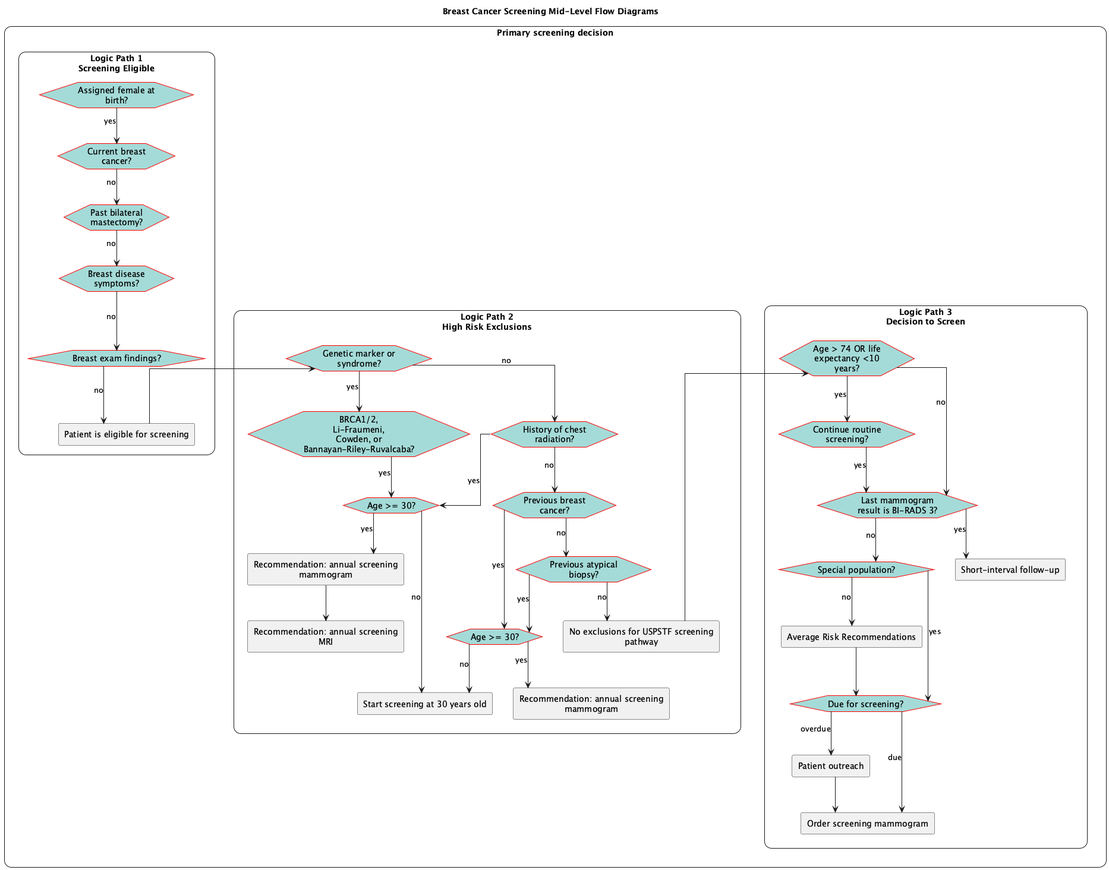
The PlantUML diagram images/flow-MidLevelPrimaryScreeningDecision.png in ccsm-cds-tools/CDC-Breast-Cancer-Screening-CDS-L2, before a commit.
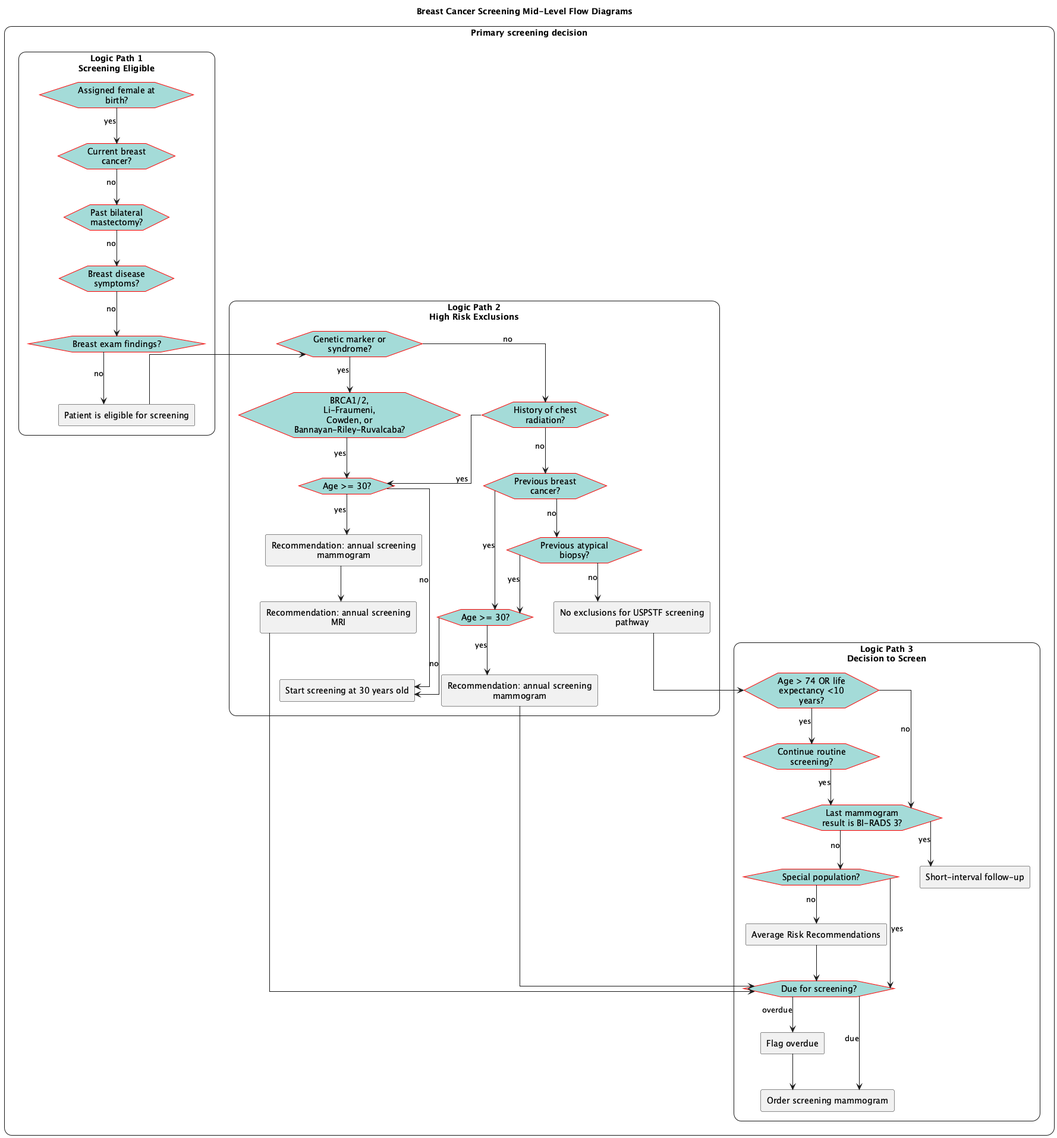
After the change.

Diff of the diagram source:
```diff
@@ -28,8 +28,10 @@
         !include flow-DecisionToScreen.plantuml
     }
     act_eligible-up->eve_geneticrisk
-    eve_AgeOver74orlifeexp10<--act_noexclusions
-    path_2-[hidden]l->path_3
+    act_noexclusions-->eve_AgeOver74orlifeexp10
+    act_acshighriskmri-->eve_due
+    act_acsintriskmammo-->eve_due
+
     remove <<end>>
 }
 @enduml
```
